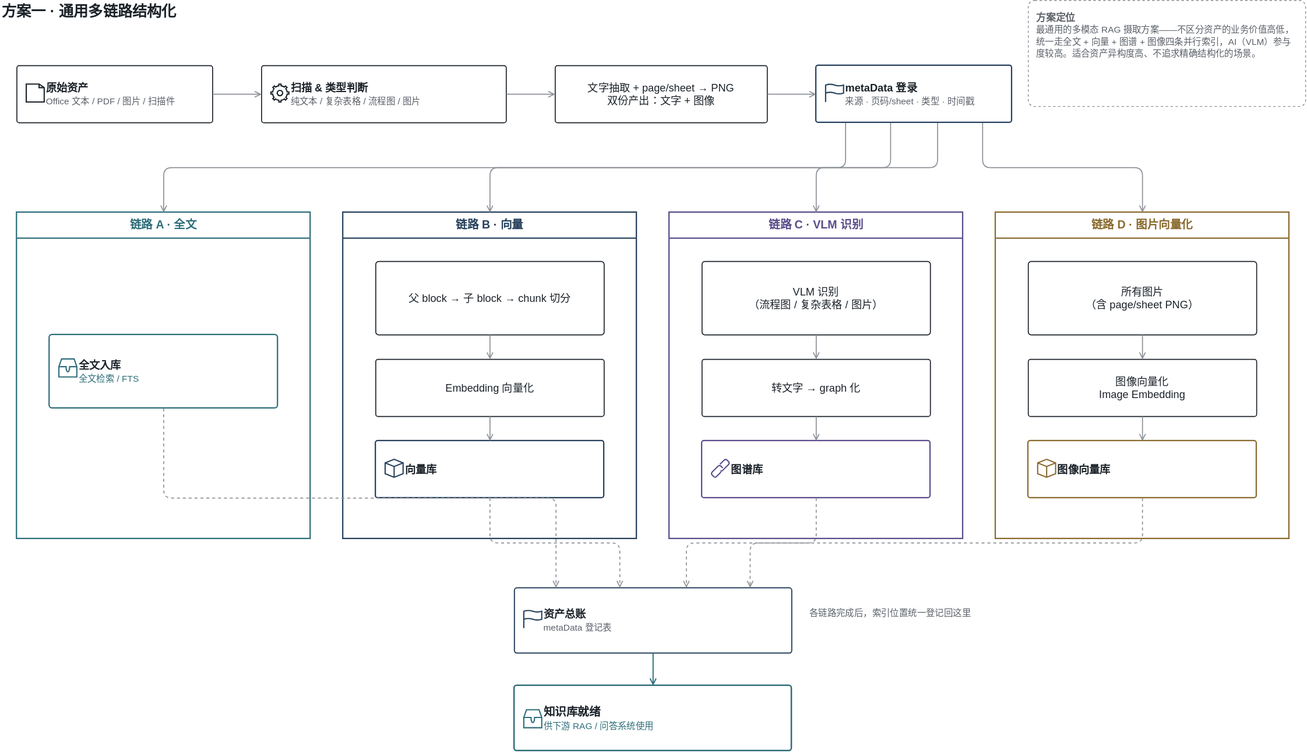
The draw.io diagram docs/public/diagrams/asset-structuring-01-general.svg in tiand23/AICompass, before a commit. Source tidied: cells renumbered, new cells last; positions are measured from the earlier drawing's top-left corner, leaving out a move shared by most shapes.
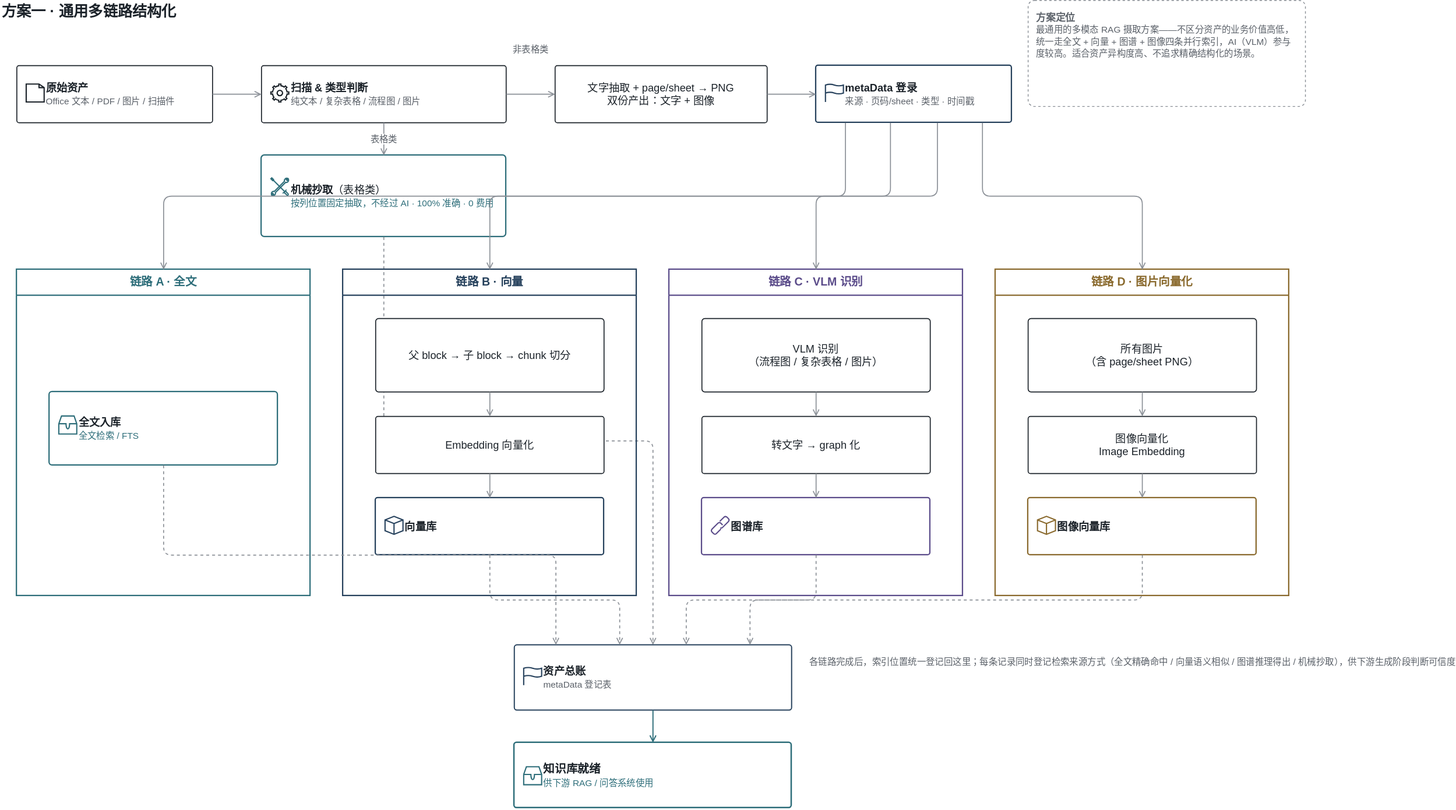
The same file after the commit.

Change to the diagram source:
```diff
@@ -32,14 +32,28 @@
     <mxCell id="11" style="edgeStyle=orthogonalEdgeStyle;rounded=1;html=1;jettySize=auto;strokeWidth=1.2;strokeColor=#8A8F96;endArrow=open;endFill=0;" parent="1" edge="1" source="4" target="6">
       <mxGeometry relative="1" as="geometry" />
     </mxCell>
-    <mxCell id="12" style="edgeStyle=orthogonalEdgeStyle;rounded=1;html=1;jettySize=auto;strokeWidth=1.2;strokeColor=#8A8F96;endArrow=open;endFill=0;" parent="1" edge="1" source="6" target="8">
-      <mxGeometry relative="1" as="geometry" />
+    <mxCell id="12" value="非表格类" style="edgeStyle=orthogonalEdgeStyle;rounded=1;html=1;jettySize=auto;strokeWidth=1.2;strokeColor=#8A8F96;endArrow=open;endFill=0;fontSize=11;fontColor=#5B6169;labelBackgroundColor=#FFFFFF;" parent="1" edge="1" source="6" target="8">
+      <mxGeometry relative="1" as="geometry">
+        <mxPoint y="-55" as="offset" />
+      </mxGeometry>
     </mxCell>
     <mxCell id="13" style="edgeStyle=orthogonalEdgeStyle;rounded=1;html=1;jettySize=auto;strokeWidth=1.2;strokeColor=#8A8F96;endArrow=open;endFill=0;" parent="1" edge="1" source="8" target="9">
       <mxGeometry relative="1" as="geometry" />
     </mxCell>
+    <mxCell id="52" value="&lt;b&gt;机械抄取&lt;/b&gt;（表格类）&lt;br&gt;&lt;font color=#2E6E7A style=&quot;font-size:11px&quot;&gt;按列位置固定抽取，不经过 AI · 100% 准确 · 0 费用&lt;/font&gt;" style="rounded=1;arcSize=4;whiteSpace=wrap;html=1;fillColor=#FFFFFF;strokeColor=#2E6E7A;strokeWidth=1.6;align=left;verticalAlign=middle;spacingLeft=34;fontSize=13;fontColor=#1B2229;fontFamily=Helvetica;" parent="1" vertex="1">
+      <mxGeometry x="320" y="190" width="300" height="100" as="geometry" />
+    </mxCell>
+    <mxCell id="53" style="shape=mxgraph.ios7.icons.tools;html=1;strokeColor=#2E6E7A;fillColor=none;strokeWidth=1.5;" parent="1" vertex="1">
+      <mxGeometry x="332" y="218" width="22" height="22" as="geometry" />
+    </mxCell>
+    <mxCell id="54" value="表格类" style="edgeStyle=orthogonalEdgeStyle;rounded=1;html=1;jettySize=auto;strokeWidth=1.2;strokeColor=#8A8F96;endArrow=open;endFill=0;fontSize=11;fontColor=#5B6169;labelBackgroundColor=#FFFFFF;exitX=0.5;exitY=1;entryX=0.5;entryY=0;" parent="1" edge="1" source="6" target="52">
+      <mxGeometry relative="1" as="geometry" />
+    </mxCell>
+    <mxCell id="55" style="edgeStyle=orthogonalEdgeStyle;rounded=1;html=1;dashed=1;strokeWidth=1.2;strokeColor=#8A8F96;endArrow=open;endFill=0;exitX=0.5;exitY=1;entryX=0.5;entryY=0;" parent="1" edge="1" source="52" target="42">
+      <mxGeometry relative="1" as="geometry" />
+    </mxCell>
     <mxCell id="14" value="链路 A · 全文" style="swimlane;startSize=32;arcSize=2;whiteSpace=wrap;html=1;fillColor=none;strokeColor=#2E6E7A;fontSize=14;fontStyle=1;verticalAlign=top;fontColor=#2E6E7A;strokeWidth=1.6;fontFamily=Helvetica;swimlaneFillColor=none;" parent="1" vertex="1">
-      <mxGeometry x="20" y="260" width="360" height="400" as="geometry" />
+      <mxGeometry x="20" y="330" width="360" height="400" as="geometry" />
     </mxCell>
     <mxCell id="15" value="&lt;b&gt;全文入库&lt;/b&gt;&lt;br&gt;&lt;font color=#2E6E7A style=&quot;font-size:11px&quot;&gt;全文检索 / FTS&lt;/font&gt;" style="rounded=1;arcSize=4;whiteSpace=wrap;html=1;fillColor=#FFFFFF;strokeColor=#2E6E7A;strokeWidth=1.6;align=left;verticalAlign=middle;spacingLeft=34;fontSize=13;fontColor=#1B2229;fontFamily=Helvetica;" parent="14" vertex="1">
       <mxGeometry x="40" y="150" width="280" height="90" as="geometry" />
@@ -48,7 +62,7 @@
       <mxGeometry x="52" y="180" width="22" height="22" as="geometry" />
     </mxCell>
     <mxCell id="17" value="链路 B · 向量" style="swimlane;startSize=32;arcSize=2;whiteSpace=wrap;html=1;fillColor=none;strokeColor=#26415C;fontSize=14;fontStyle=1;verticalAlign=top;fontColor=#26415C;strokeWidth=1.6;fontFamily=Helvetica;swimlaneFillColor=none;" parent="1" vertex="1">
-      <mxGeometry x="420" y="260" width="360" height="400" as="geometry" />
+      <mxGeometry x="420" y="330" width="360" height="400" as="geometry" />
     </mxCell>
     <mxCell id="18" value="父 block → 子 block → chunk 切分" style="rounded=1;arcSize=4;whiteSpace=wrap;html=1;fillColor=#FFFFFF;strokeColor=#1B2229;strokeWidth=1.2;fontSize=13;fontColor=#1B2229;fontFamily=Helvetica;" parent="17" vertex="1">
       <mxGeometry x="40" y="60" width="280" height="90" as="geometry" />
@@ -69,7 +83,7 @@
       <mxGeometry relative="1" as="geometry" />
     </mxCell>
     <mxCell id="24" value="链路 C · VLM 识别" style="swimlane;startSize=32;arcSize=2;whiteSpace=wrap;html=1;fillColor=none;strokeColor=#5B4C8A;fontSize=14;fontStyle=1;verticalAlign=top;fontColor=#5B4C8A;strokeWidth=1.6;fontFamily=Helvetica;swimlaneFillColor=none;" parent="1" vertex="1">
-      <mxGeometry x="820" y="260" width="360" height="400" as="geometry" />
+      <mxGeometry x="820" y="330" width="360" height="400" as="geometry" />
     </mxCell>
     <mxCell id="25" value="VLM 识别&#10;（流程图 / 复杂表格 / 图片）" style="rounded=1;arcSize=4;whiteSpace=wrap;html=1;fillColor=#FFFFFF;strokeColor=#1B2229;strokeWidth=1.2;fontSize=13;fontColor=#1B2229;fontFamily=Helvetica;" parent="24" vertex="1">
       <mxGeometry x="40" y="60" width="280" height="90" as="geometry" />
@@ -90,7 +104,7 @@
       <mxGeometry relative="1" as="geometry" />
     </mxCell>
     <mxCell id="31" value="链路 D · 图片向量化" style="swimlane;startSize=32;arcSize=2;whiteSpace=wrap;html=1;fillColor=none;strokeColor=#8A6A2E;fontSize=14;fontStyle=1;verticalAlign=top;fontColor=#8A6A2E;strokeWidth=1.6;fontFamily=Helvetica;swimlaneFillColor=none;" parent="1" vertex="1">
-      <mxGeometry x="1220" y="260" width="360" height="400" as="geometry" />
+      <mxGeometry x="1220" y="330" width="360" height="400" as="geometry" />
     </mxCell>
     <mxCell id="32" value="所有图片&#10;（含 page/sheet PNG）" style="rounded=1;arcSize=4;whiteSpace=wrap;html=1;fillColor=#FFFFFF;strokeColor=#1B2229;strokeWidth=1.2;fontSize=13;fontColor=#1B2229;fontFamily=Helvetica;" parent="31" vertex="1">
       <mxGeometry x="40" y="60" width="280" height="90" as="geometry" />
@@ -123,13 +137,13 @@
       <mxGeometry relative="1" as="geometry" />
     </mxCell>
     <mxCell id="42" value="&lt;b&gt;资产总账&lt;/b&gt;&lt;br&gt;&lt;font color=#5B6169 style=&quot;font-size:11px&quot;&gt;metaData 登记表&lt;/font&gt;" style="rounded=1;arcSize=4;whiteSpace=wrap;html=1;fillColor=#FFFFFF;strokeColor=#26415C;strokeWidth=1.4;align=left;verticalAlign=middle;spacingLeft=34;fontSize=13;fontColor=#1B2229;fontFamily=Helvetica;" parent="1" vertex="1">
-      <mxGeometry x="630" y="720" width="340" height="80" as="geometry" />
+      <mxGeometry x="630" y="790" width="340" height="80" as="geometry" />
     </mxCell>
     <mxCell id="43" style="shape=mxgraph.ios7.icons.flag;html=1;strokeColor=#26415C;fillColor=none;strokeWidth=1.5;" parent="1" vertex="1">
-      <mxGeometry x="642" y="748" width="22" height="22" as="geometry" />
+      <mxGeometry x="642" y="818" width="22" height="22" as="geometry" />
     </mxCell>
-    <mxCell id="44" value="各链路完成后，索引位置统一登记回这里" style="text;html=1;fontSize=11;fontColor=#5B6169;align=left;fontFamily=Helvetica;" parent="1" vertex="1">
-      <mxGeometry x="990" y="738" width="320" height="40" as="geometry" />
+    <mxCell id="44" value="各链路完成后，索引位置统一登记回这里；每条记录同时登记检索来源方式（全文精确命中 / 向量语义相似 / 图谱推理得出 / 机械抄取），供下游生成阶段判断可信度" style="text;html=1;fontSize=11;fontColor=#5B6169;align=left;verticalAlign=top;fontFamily=Helvetica;" parent="1" vertex="1">
+      <mxGeometry x="990" y="798" width="360" height="80" as="geometry" />
     </mxCell>
     <mxCell id="45" style="edgeStyle=orthogonalEdgeStyle;rounded=1;html=1;dashed=1;strokeWidth=1.2;strokeColor=#8A8F96;endArrow=open;endFill=0;exitX=0.5;exitY=1;entryX=0.15;entryY=0;" parent="1" edge="1" source="15" target="42">
       <mxGeometry relative="1" as="geometry" />
@@ -144,10 +158,10 @@
       <mxGeometry relative="1" as="geometry" />
     </mxCell>
     <mxCell id="49" value="&lt;b&gt;知识库就绪&lt;/b&gt;&lt;br&gt;&lt;font color=#2E6E7A style=&quot;font-size:11px&quot;&gt;供下游 RAG / 问答系统使用&lt;/font&gt;" style="rounded=1;arcSize=4;whiteSpace=wrap;html=1;fillColor=#FFFFFF;strokeColor=#2E6E7A;strokeWidth=1.8;align=left;verticalAlign=middle;spacingLeft=34;fontSize=14;fontColor=#1B2229;fontFamily=Helvetica;" parent="1" vertex="1">
-      <mxGeometry x="630" y="840" width="340" height="80" as="geometry" />
+      <mxGeometry x="630" y="910" width="340" height="80" as="geometry" />
     </mxCell>
     <mxCell id="50" style="shape=mxgraph.ios7.icons.storage;html=1;strokeColor=#2E6E7A;fillColor=none;strokeWidth=1.5;" parent="1" vertex="1">
-      <mxGeometry x="642" y="870" width="22" height="22" as="geometry" />
+      <mxGeometry x="642" y="940" width="22" height="22" as="geometry" />
     </mxCell>
     <mxCell id="51" style="edgeStyle=orthogonalEdgeStyle;rounded=1;html=1;strokeWidth=1.4;strokeColor=#2E6E7A;endArrow=open;endFill=0;exitX=0.5;exitY=1;entryX=0.5;entryY=0;" parent="1" edge="1" source="42" target="49">
       <mxGeometry relative="1" as="geometry" />
```
